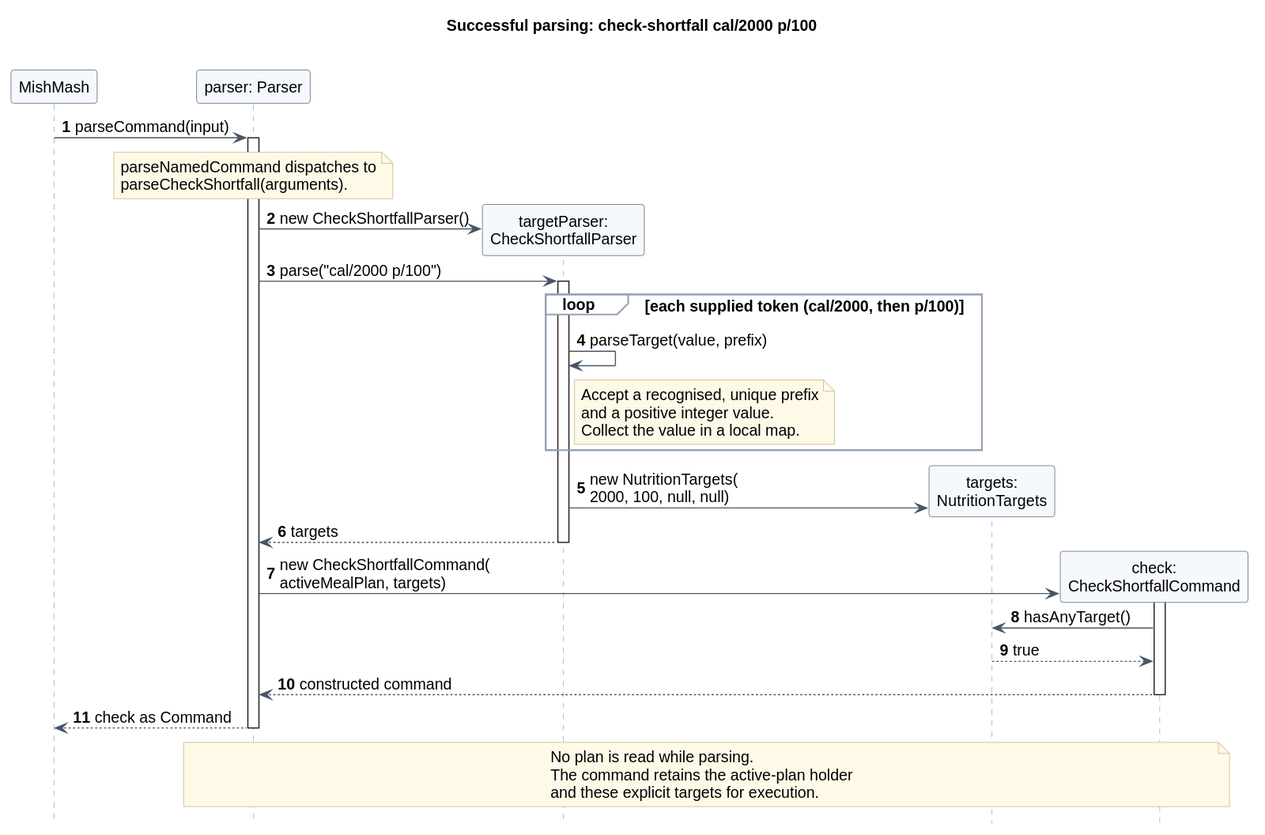
The PlantUML diagram docs/images/shortfall/parsing.svg in AY2627S1-CS2113-W13-4/tp, before a commit.
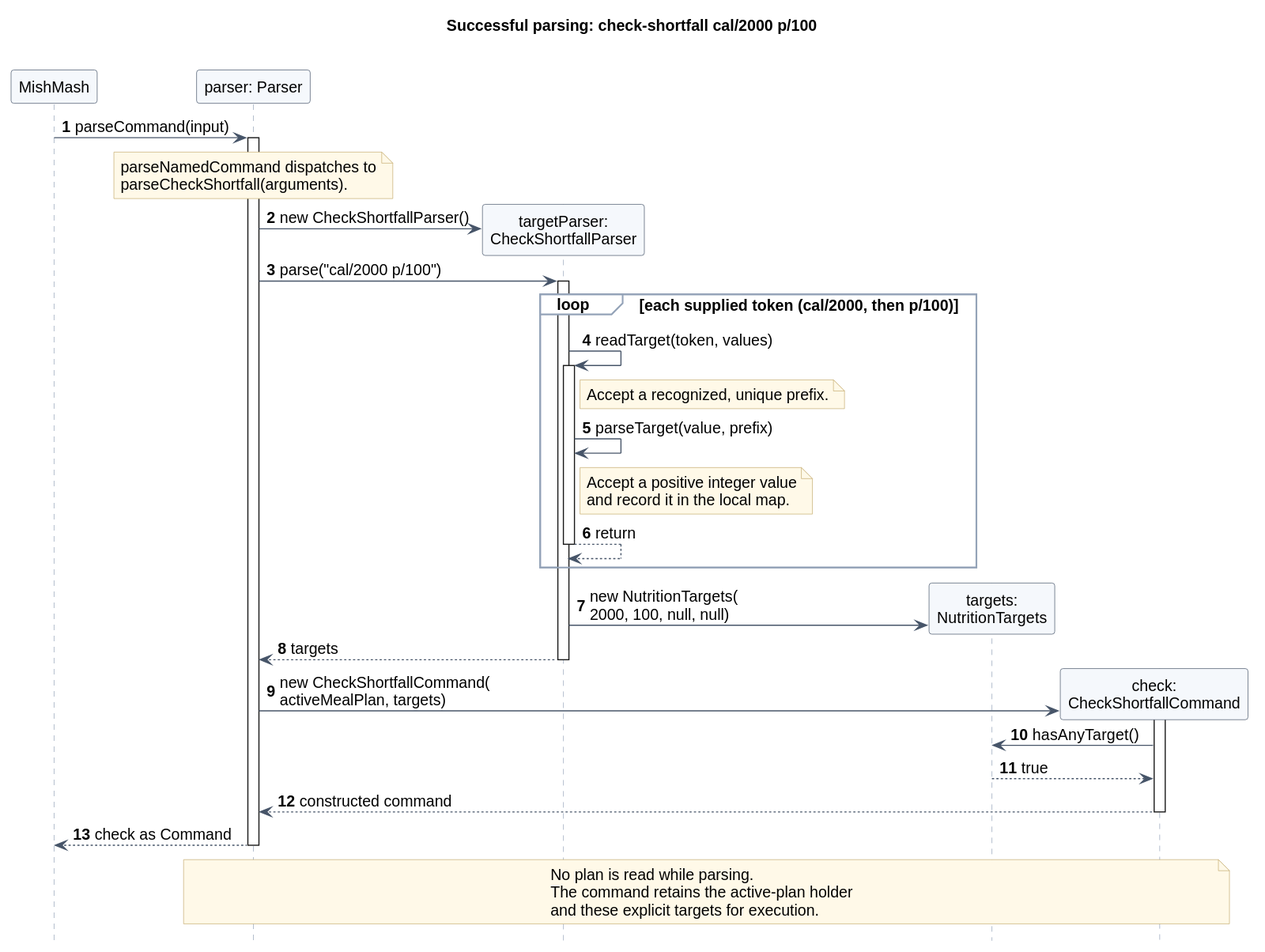
After the change.

Change to the diagram source:
```diff
@@ -20,12 +20,18 @@
 Parser -> TargetParser : parse("cal/2000 p/100")
 activate TargetParser
 loop each supplied token (cal/2000, then p/100)
+  TargetParser -> TargetParser : readTarget(token, values)
+  activate TargetParser
+  note right of TargetParser
+    Accept a recognized, unique prefix.
+  end note
   TargetParser -> TargetParser : parseTarget(value, prefix)
   note right of TargetParser
-    Accept a recognised, unique prefix
-    and a positive integer value.
-    Collect the value in a local map.
+    Accept a positive integer value
+    and record it in the local map.
   end note
+  TargetParser --> TargetParser : return
+  deactivate TargetParser
 end
 create Targets
 TargetParser -> Targets : new NutritionTargets(\n2000, 100, null, null)
```
